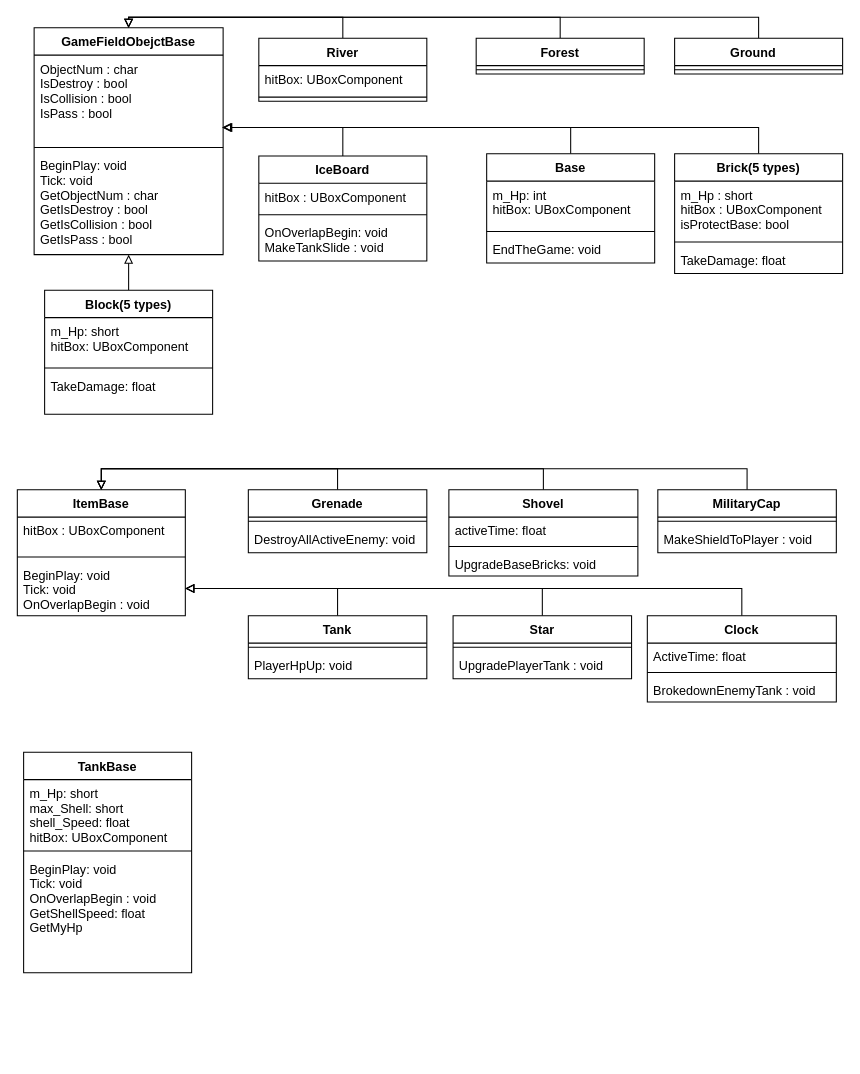
Before: Untitled Diagram.drawio in zzaxowns/Study_LIST_IN_Vacation, a draw.io diagram. Source tidied: cells renumbered, new cells numbered last; positions are measured from the earlier drawing's top-left corner, leaving out a move shared by most shapes. Both pictures are drawn from the tidied source at 105%, with x=0, y=0 at pixel (17, 27).
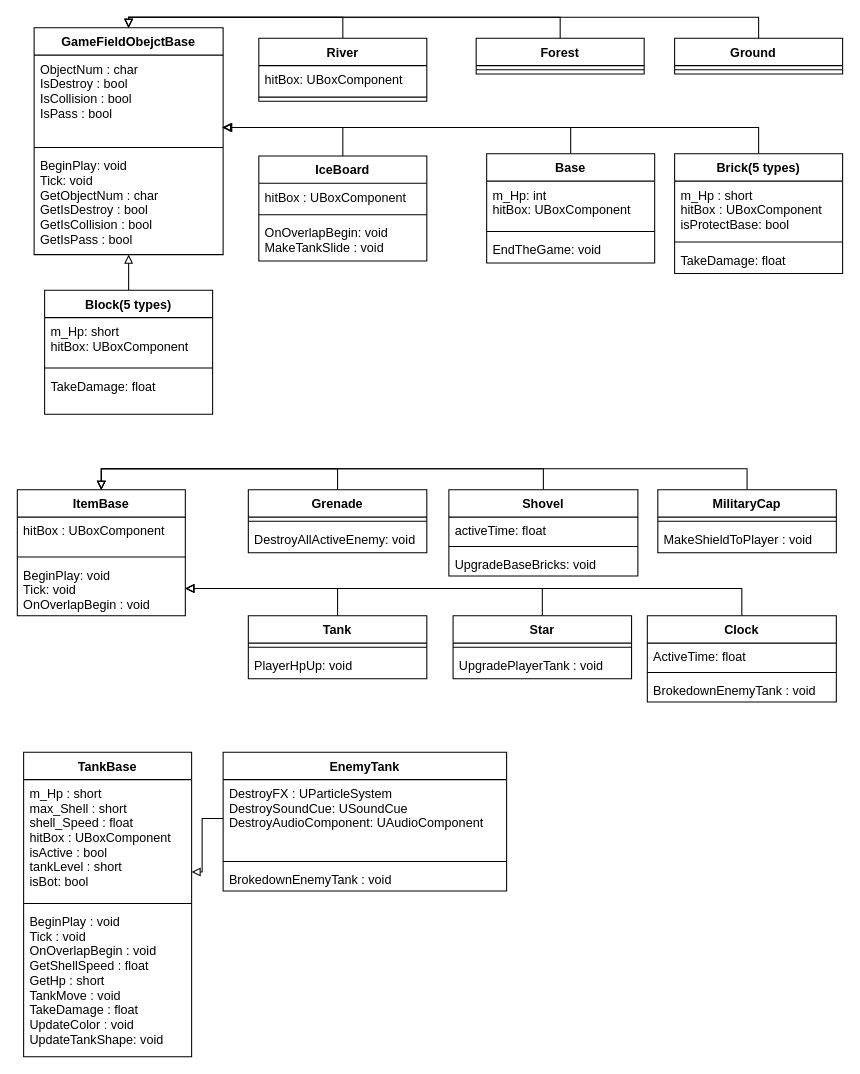
The same page after the edit.

Diff of the diagram source:
```diff
@@
     <mxCell id="66" value="TankBase" style="swimlane;fontStyle=1;align=center;verticalAlign=top;horizontal=1;startSize=26;" parent="1" vertex="1">
-      <mxGeometry x="6" y="690" width="160" height="210" as="geometry" />
+      <mxGeometry x="6" y="690" width="160" height="290" as="geometry" />
     </mxCell>
-    <mxCell id="67" value="m_Hp: short&#10;max_Shell: short&#10;shell_Speed: float  &#10;hitBox: UBoxComponent&#10;" style="text;strokeColor=none;fillColor=none;align=left;verticalAlign=top;spacingLeft=4;spacingRight=4;overflow=hidden;points=[[0,0.5],[1,0.5]];portConstraint=eastwest;" parent="66" vertex="1">
-      <mxGeometry y="26" width="160" height="64" as="geometry" />
+    <mxCell id="67" value="m_Hp : short &#10;max_Shell : short &#10;shell_Speed : float         &#10;hitBox : UBoxComponent &#10;isActive : bool &#10;tankLevel : short&#10;isBot: bool&#10;&#10;" style="text;strokeColor=none;fillColor=none;align=left;verticalAlign=top;spacingLeft=4;spacingRight=4;overflow=hidden;points=[[0,0.5],[1,0.5]];portConstraint=eastwest;" parent="66" vertex="1">
+      <mxGeometry y="26" width="160" height="114" as="geometry" />
     </mxCell>
     <mxCell id="68" style="line;strokeWidth=1;fillColor=none;align=left;verticalAlign=middle;spacingTop=-1;spacingLeft=3;spacingRight=3;labelPosition=right;" parent="66" vertex="1">
-      <mxGeometry y="90" width="160" height="8" as="geometry" />
+      <mxGeometry y="140" width="160" height="8" as="geometry" />
     </mxCell>
-    <mxCell id="69" value="BeginPlay: void&#10;Tick: void&#10;OnOverlapBegin : void &#10;GetShellSpeed: float&#10;GetMyHp" style="text;strokeColor=none;fillColor=none;align=left;verticalAlign=top;spacingLeft=4;spacingRight=4;overflow=hidden;" parent="66" vertex="1">
-      <mxGeometry y="98" width="160" height="112" as="geometry" />
+    <mxCell id="69" value="BeginPlay : void &#10;Tick : void &#10;OnOverlapBegin : void       &#10;GetShellSpeed : float &#10;GetHp : short &#10;TankMove : void &#10;TakeDamage : float &#10;UpdateColor : void&#10;UpdateTankShape: void&#10;&#10;&#10;" style="text;strokeColor=none;fillColor=none;align=left;verticalAlign=top;spacingLeft=4;spacingRight=4;overflow=hidden;" parent="66" vertex="1">
+      <mxGeometry y="148" width="160" height="142" as="geometry" />
     </mxCell>
+    <mxCell id="70" value="EnemyTank" style="swimlane;fontStyle=1;align=center;verticalAlign=top;horizontal=1;startSize=26;" parent="1" vertex="1">
+      <mxGeometry x="196" y="690" width="270" height="132" as="geometry" />
+    </mxCell>
+    <mxCell id="71" value="DestroyFX : UParticleSystem &#10;DestroySoundCue: USoundCue&#10;DestroyAudioComponent: UAudioComponent" style="text;strokeColor=none;fillColor=none;align=left;verticalAlign=top;spacingLeft=4;spacingRight=4;overflow=hidden;points=[[0,0.5],[1,0.5]];portConstraint=eastwest;" parent="70" vertex="1">
+      <mxGeometry y="26" width="270" height="74" as="geometry" />
+    </mxCell>
+    <mxCell id="72" style="line;strokeWidth=1;fillColor=none;align=left;verticalAlign=middle;spacingTop=-1;spacingLeft=3;spacingRight=3;labelPosition=right;" parent="70" vertex="1">
+      <mxGeometry y="100" width="270" height="8" as="geometry" />
+    </mxCell>
+    <mxCell id="73" value="BrokedownEnemyTank : void" style="text;strokeColor=none;fillColor=none;align=left;verticalAlign=top;spacingLeft=4;spacingRight=4;overflow=hidden;" parent="70" vertex="1">
+      <mxGeometry y="108" width="270" height="24" as="geometry" />
+    </mxCell>
+    <mxCell id="74" style="edgeStyle=orthogonalEdgeStyle;rounded=0;jettySize=auto;html=1;exitX=0;exitY=0.5;exitDx=0;exitDy=0;entryX=1;entryY=0.772;entryDx=0;entryDy=0;entryPerimeter=0;endArrow=block;endFill=0;" parent="1" edge="1" source="71" target="67">
+      <mxGeometry relative="1" as="geometry" />
+    </mxCell>
```
